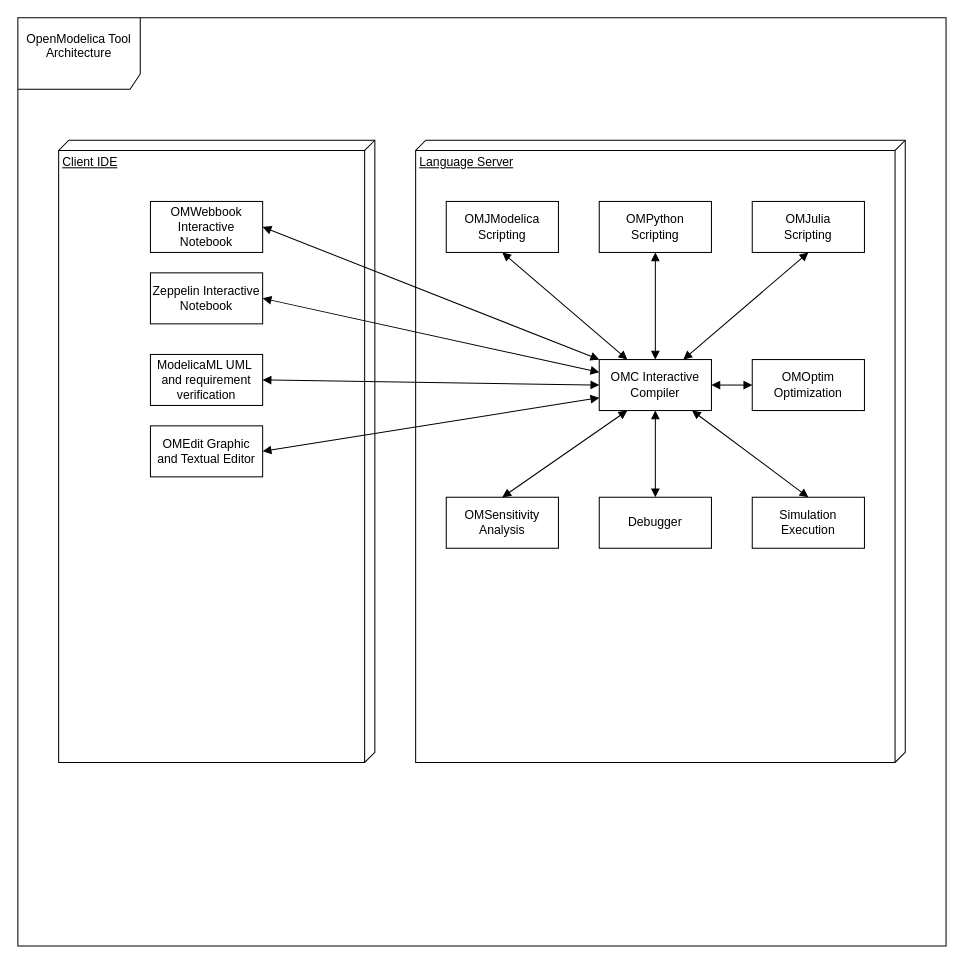
The draw.io diagram page "openmodelica-tool-architecture" (2 of 3) of CAS/Drawio/web-notebook.drawio in robotics-intelligent-systems/jfxlegacy2modern, before the edit. Source tidied: cells renumbered, new cells numbered last; positions are measured from the earlier drawing's top-left corner, leaving out a move shared by most shapes. Both pictures are drawn from the tidied source at 102%, with x=0, y=0 at pixel (17, 17).
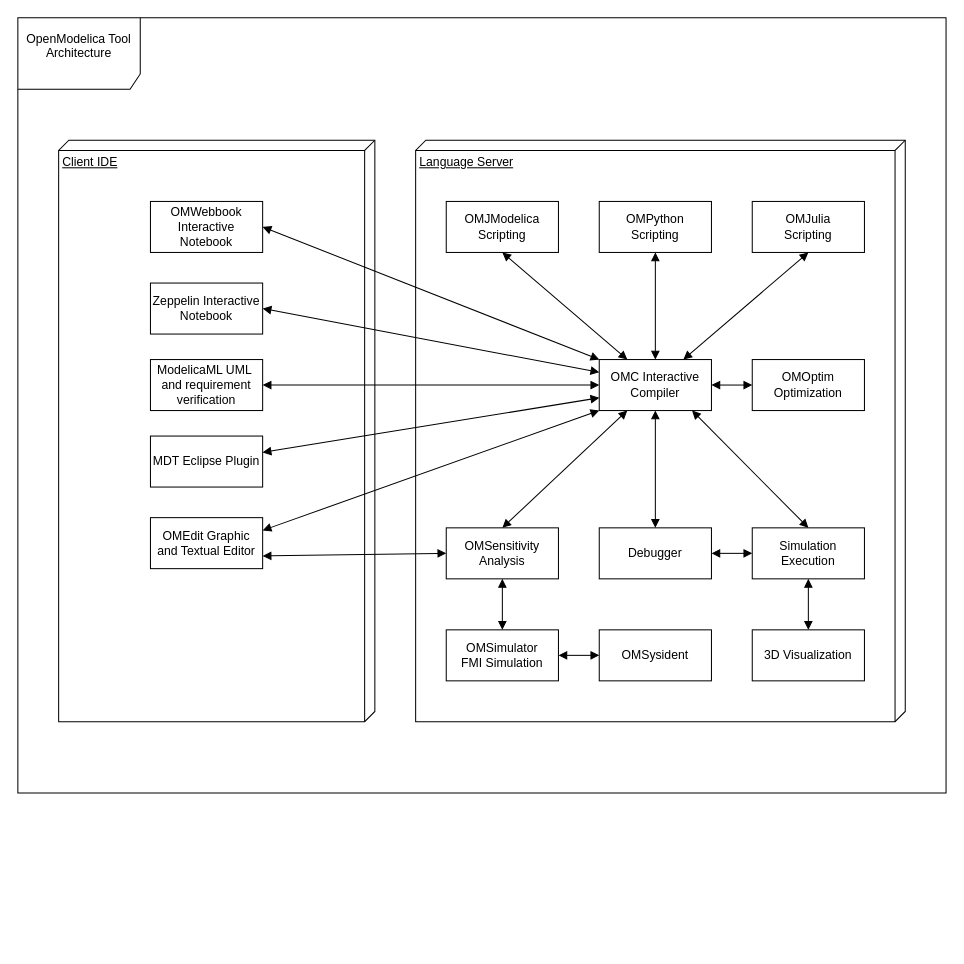
Above is the later version.

Commit message:
Including fmi simulation component

Unchanged cells that the change refers to:
```xml
<mxCell id="5" value="OMC Interactive Compiler" style="html=1;whiteSpace=wrap;" parent="1" vertex="1">
  <mxGeometry x="570" y="335" width="110" height="50" as="geometry" />
</mxCell>
```

The edit, as a diff of the source:
```diff
@@
     <mxCell id="2" value="OpenModelica Tool Architecture&lt;div&gt;&lt;br&gt;&lt;/div&gt;" style="shape=umlFrame;whiteSpace=wrap;html=1;width=120;height=70;" parent="1" vertex="1">
-      <mxGeometry width="910" height="910" as="geometry" />
+      <mxGeometry width="910" height="760" as="geometry" />
     </mxCell>
     <mxCell id="3" value="Language Server" style="verticalAlign=top;align=left;spacingTop=8;spacingLeft=2;spacingRight=12;shape=cube;size=10;direction=south;fontStyle=4;html=1;whiteSpace=wrap;" parent="1" vertex="1">
-      <mxGeometry x="390" y="120" width="480" height="610" as="geometry" />
+      <mxGeometry x="390" y="120" width="480" height="570" as="geometry" />
     </mxCell>
     <mxCell id="4" value="Client IDE" style="verticalAlign=top;align=left;spacingTop=8;spacingLeft=2;spacingRight=12;shape=cube;size=10;direction=south;fontStyle=4;html=1;whiteSpace=wrap;" parent="1" vertex="1">
-      <mxGeometry x="40" y="120" width="310" height="610" as="geometry" />
+      <mxGeometry x="40" y="120" width="310" height="570" as="geometry" />
     </mxCell>
@@
     <mxCell id="16" value="Simulation Execution" style="html=1;whiteSpace=wrap;" parent="1" vertex="1">
-      <mxGeometry x="720" y="470" width="110" height="50" as="geometry" />
+      <mxGeometry x="720" y="500" width="110" height="50" as="geometry" />
     </mxCell>
     <mxCell id="17" value="Debugger" style="html=1;whiteSpace=wrap;" parent="1" vertex="1">
-      <mxGeometry x="570" y="470" width="110" height="50" as="geometry" />
+      <mxGeometry x="570" y="500" width="110" height="50" as="geometry" />
     </mxCell>
     <mxCell id="18" value="OMSensitivity&lt;br&gt;Analysis" style="html=1;whiteSpace=wrap;" parent="1" vertex="1">
-      <mxGeometry x="420" y="470" width="110" height="50" as="geometry" />
+      <mxGeometry x="420" y="500" width="110" height="50" as="geometry" />
     </mxCell>
@@
     <mxCell id="22" value="ModelicaML UML&amp;nbsp; and requirement verification" style="html=1;whiteSpace=wrap;" parent="1" vertex="1">
-      <mxGeometry x="130" y="330" width="110" height="50" as="geometry" />
+      <mxGeometry x="130" y="335" width="110" height="50" as="geometry" />
     </mxCell>
@@
     <mxCell id="24" value="OMEdit Graphic and Textual Editor" style="html=1;whiteSpace=wrap;" parent="1" vertex="1">
-      <mxGeometry x="130" y="400" width="110" height="50" as="geometry" />
+      <mxGeometry x="130" y="490" width="110" height="50" as="geometry" />
     </mxCell>
-    <mxCell id="25" style="endArrow=block;startArrow=block;endFill=1;startFill=1;html=1;rounded=0;exitX=1;exitY=0.5;exitDx=0;exitDy=0;entryX=0;entryY=0.75;entryDx=0;entryDy=0;" parent="1" edge="1" source="24" target="5">
+    <mxCell id="25" style="endArrow=block;startArrow=block;endFill=1;startFill=1;html=1;rounded=0;exitX=1;exitY=0.25;exitDx=0;exitDy=0;entryX=0;entryY=1;entryDx=0;entryDy=0;" parent="1" edge="1" source="24" target="5">
       <mxGeometry relative="1" as="geometry" />
     </mxCell>
     <mxCell id="26" value="Zeppelin Interactive Notebook" style="html=1;whiteSpace=wrap;" parent="1" vertex="1">
-      <mxGeometry x="130" y="250" width="110" height="50" as="geometry" />
+      <mxGeometry x="130" y="260" width="110" height="50" as="geometry" />
     </mxCell>
@@
+    <mxCell id="28" style="endArrow=block;startArrow=block;endFill=1;startFill=1;html=1;rounded=0;exitX=1;exitY=0.75;exitDx=0;exitDy=0;entryX=0;entryY=0.5;entryDx=0;entryDy=0;" parent="1" edge="1" source="24" target="18">
+      <mxGeometry relative="1" as="geometry" />
+    </mxCell>
+    <mxCell id="29" style="endArrow=block;startArrow=block;endFill=1;startFill=1;html=1;rounded=0;entryX=0;entryY=0.5;entryDx=0;entryDy=0;" parent="1" edge="1" source="17" target="16">
+      <mxGeometry relative="1" as="geometry" />
+    </mxCell>
+    <mxCell id="30" value="OMSimulator&lt;br&gt;FMI Simulation" style="html=1;whiteSpace=wrap;" parent="1" vertex="1">
+      <mxGeometry x="420" y="600" width="110" height="50" as="geometry" />
+    </mxCell>
+    <mxCell id="31" value="3D Visualization" style="html=1;whiteSpace=wrap;" parent="1" vertex="1">
+      <mxGeometry x="720" y="600" width="110" height="50" as="geometry" />
+    </mxCell>
+    <mxCell id="32" style="endArrow=block;startArrow=block;endFill=1;startFill=1;html=1;rounded=0;entryX=0.5;entryY=0;entryDx=0;entryDy=0;" parent="1" edge="1" source="18" target="30">
+      <mxGeometry relative="1" as="geometry" />
+    </mxCell>
+    <mxCell id="33" style="endArrow=block;startArrow=block;endFill=1;startFill=1;html=1;rounded=0;entryX=0.5;entryY=0;entryDx=0;entryDy=0;exitX=0.5;exitY=1;exitDx=0;exitDy=0;" parent="1" edge="1" source="16" target="31">
+      <mxGeometry relative="1" as="geometry" />
+    </mxCell>
+    <mxCell id="34" value="OMSysident" style="html=1;whiteSpace=wrap;" parent="1" vertex="1">
+      <mxGeometry x="570" y="600" width="110" height="50" as="geometry" />
+    </mxCell>
+    <mxCell id="35" style="endArrow=block;startArrow=block;endFill=1;startFill=1;html=1;rounded=0;entryX=1;entryY=0.5;entryDx=0;entryDy=0;" parent="1" edge="1" source="34" target="30">
+      <mxGeometry relative="1" as="geometry" />
+    </mxCell>
+    <mxCell id="36" value="MDT Eclipse Plugin" style="html=1;whiteSpace=wrap;" parent="1" vertex="1">
+      <mxGeometry x="130" y="410" width="110" height="50" as="geometry" />
+    </mxCell>
+    <mxCell id="37" style="endArrow=block;startArrow=block;endFill=1;startFill=1;html=1;rounded=0;entryX=0;entryY=0.75;entryDx=0;entryDy=0;" parent="1" edge="1" source="36" target="5">
+      <mxGeometry relative="1" as="geometry" />
+    </mxCell>
```
